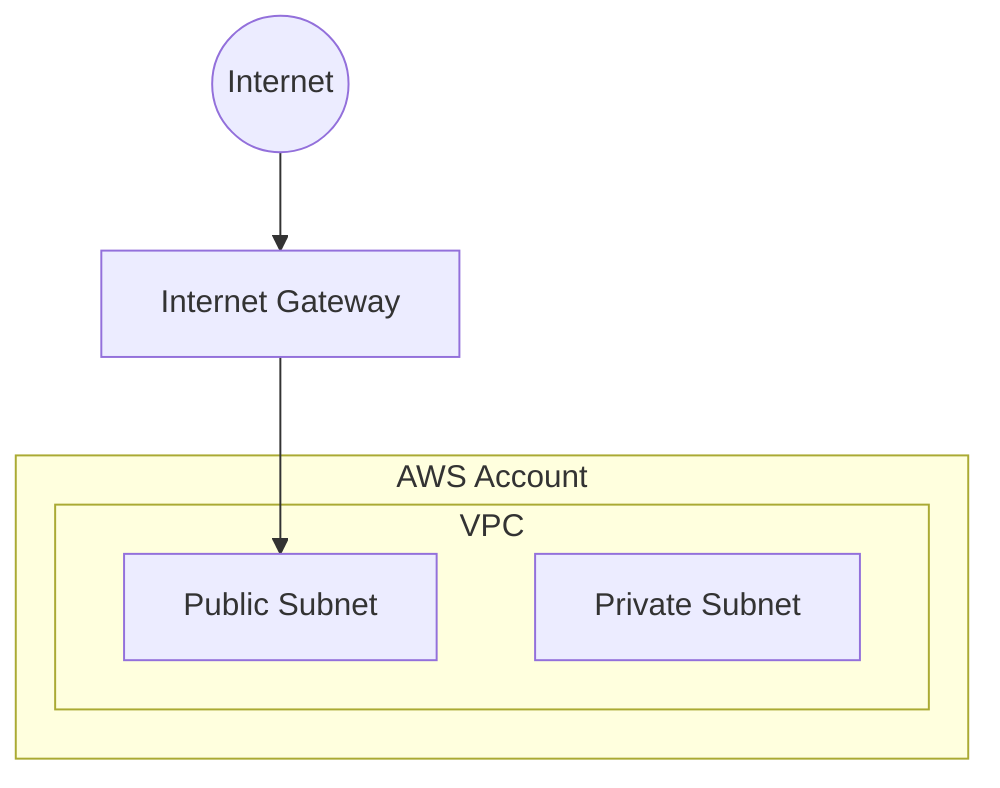
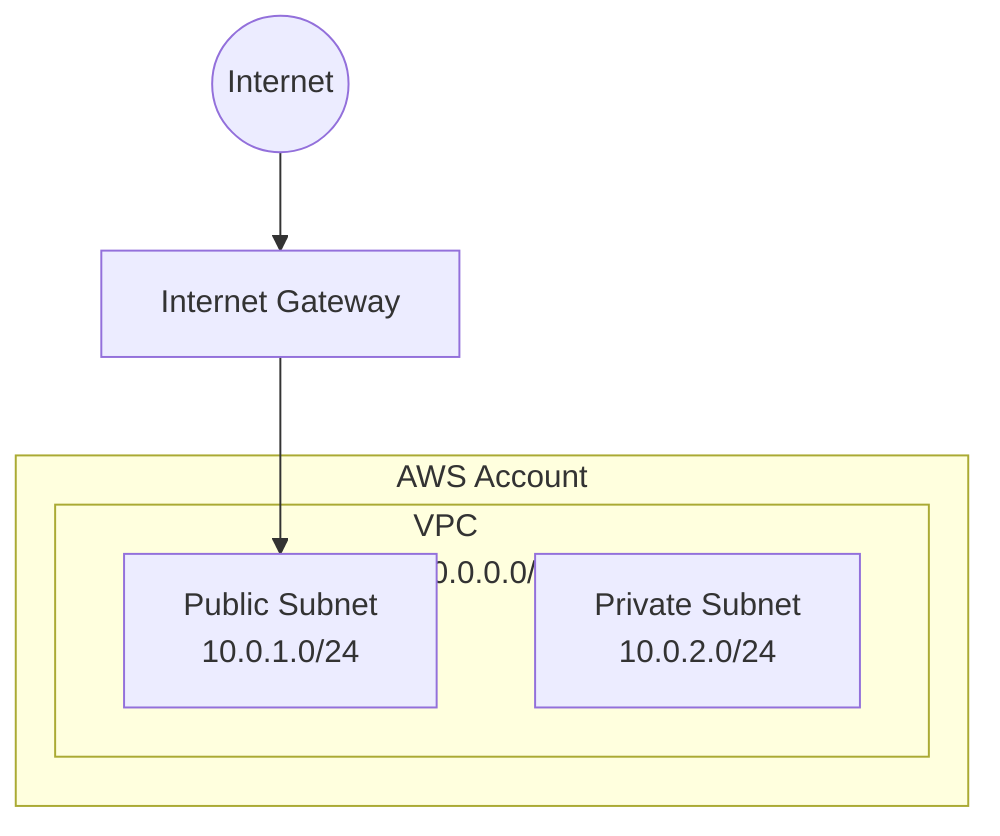
graph TD

    Internet((Internet))
- 
    IGW[Internet Gateway]

    subgraph AWS["AWS Account"]

-         subgraph VPC["VPC"]
+         subgraph VPC["VPC<br/>10.0.0.0/16"]

-             Public["Public Subnet"]
- 
-             Private["Private Subnet"]
+             Public["Public Subnet<br/>10.0.1.0/24"]
+             Private["Private Subnet<br/>10.0.2.0/24"]

        end

    end

    Internet --> IGW
    IGW --> Public